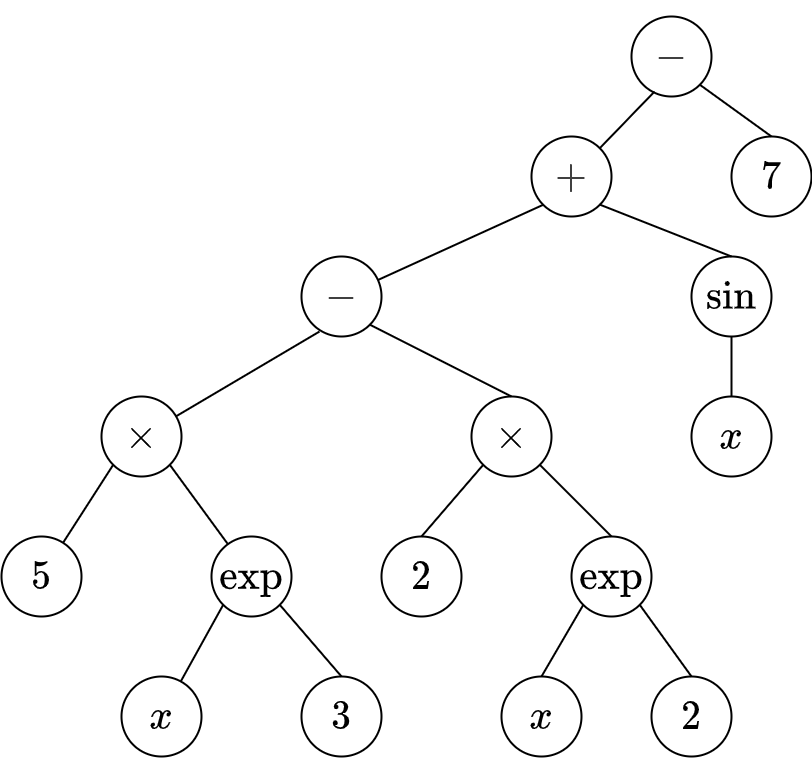
The draw.io diagram img/theoretical_framework/Expected Expression Tree.png in r8vnhill/keen-thesis, before a commit. Source tidied: cells renumbered, new cells last; positions are measured from the earlier drawing's top-left corner, leaving out a move shared by most shapes.
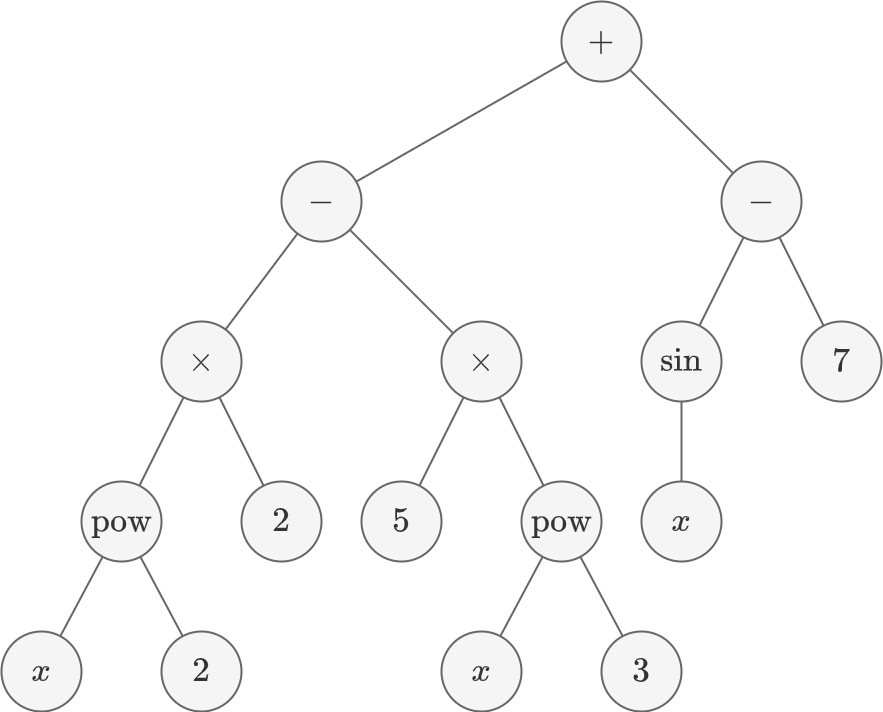
The same file after the commit.

What changed in the source:
```diff
@@ -2,122 +2,98 @@
   <root>
     <mxCell id="0" />
     <mxCell id="1" parent="0" />
-    <mxCell id="2" value="$$-$$" style="ellipse;whiteSpace=wrap;html=1;fontSize=35;strokeWidth=2;" parent="1" vertex="1">
-      <mxGeometry x="630" width="80" height="80" as="geometry" />
-    </mxCell>
-    <mxCell id="3" style="rounded=0;jettySize=auto;html=1;exitX=0;exitY=1;exitDx=0;exitDy=0;endArrow=none;endFill=0;strokeWidth=2;" parent="1" edge="1" source="4" target="6">
-      <mxGeometry relative="1" as="geometry" />
-    </mxCell>
+    <mxCell id="33" style="rounded=0;jettySize=auto;html=1;endArrow=none;endFill=0;strokeWidth=2;fillColor=#f5f5f5;strokeColor=#666666;" parent="1" edge="1" source="4" target="37">
+      <mxGeometry relative="1" as="geometry" />
+    </mxCell>
+    <mxCell id="34" style="rounded=0;jettySize=auto;html=1;endArrow=none;endFill=0;strokeWidth=2;fillColor=#f5f5f5;strokeColor=#666666;" parent="1" edge="1" source="4" target="40">
+      <mxGeometry relative="1" as="geometry" />
+    </mxCell>
-    <mxCell id="4" value="$$+$$" style="ellipse;whiteSpace=wrap;html=1;fontSize=35;strokeWidth=2;" parent="1" vertex="1">
-      <mxGeometry x="530" y="120" width="80" height="80" as="geometry" />
+    <mxCell id="4" value="$$+$$" style="ellipse;whiteSpace=wrap;html=1;fontSize=29;strokeWidth=2;fillColor=#f5f5f5;fontColor=#333333;strokeColor=#666666;" parent="1" vertex="1">
+      <mxGeometry x="610" y="150" width="80" height="80" as="geometry" />
     </mxCell>
+    <mxCell id="35" style="rounded=0;jettySize=auto;html=1;endArrow=none;endFill=0;strokeWidth=2;fillColor=#f5f5f5;strokeColor=#666666;" parent="1" edge="1" source="37" target="43">
+      <mxGeometry relative="1" as="geometry" />
+    </mxCell>
+    <mxCell id="36" style="rounded=0;jettySize=auto;html=1;endArrow=none;endFill=0;strokeWidth=2;fillColor=#f5f5f5;strokeColor=#666666;" parent="1" edge="1" source="37" target="46">
+      <mxGeometry relative="1" as="geometry" />
+    </mxCell>
+    <mxCell id="37" value="$$-$$" style="ellipse;whiteSpace=wrap;html=1;fontSize=29;strokeWidth=2;fillColor=#f5f5f5;fontColor=#333333;strokeColor=#666666;" parent="1" vertex="1">
+      <mxGeometry x="330" y="310" width="80" height="80" as="geometry" />
+    </mxCell>
+    <mxCell id="38" style="rounded=0;jettySize=auto;html=1;endArrow=none;endFill=0;strokeWidth=2;fillColor=#f5f5f5;strokeColor=#666666;" parent="1" edge="1" source="40" target="5">
+      <mxGeometry relative="1" as="geometry" />
+    </mxCell>
+    <mxCell id="39" style="rounded=0;jettySize=auto;html=1;endArrow=none;endFill=0;strokeWidth=2;fillColor=#f5f5f5;strokeColor=#666666;" parent="1" edge="1" source="40" target="21">
+      <mxGeometry relative="1" as="geometry" />
+    </mxCell>
+    <mxCell id="40" value="$$-$$" style="ellipse;whiteSpace=wrap;html=1;fontSize=29;strokeWidth=2;fillColor=#f5f5f5;fontColor=#333333;strokeColor=#666666;" parent="1" vertex="1">
+      <mxGeometry x="770" y="310" width="80" height="80" as="geometry" />
+    </mxCell>
+    <mxCell id="41" style="rounded=0;jettySize=auto;html=1;endArrow=none;endFill=0;strokeWidth=2;fillColor=#f5f5f5;strokeColor=#666666;" parent="1" edge="1" source="43" target="10">
+      <mxGeometry relative="1" as="geometry" />
+    </mxCell>
+    <mxCell id="42" style="rounded=0;jettySize=auto;html=1;endArrow=none;endFill=0;strokeWidth=2;fillColor=#f5f5f5;strokeColor=#666666;" parent="1" edge="1" source="43" target="49">
+      <mxGeometry relative="1" as="geometry" />
+    </mxCell>
+    <mxCell id="43" value="$$\times$$" style="ellipse;whiteSpace=wrap;html=1;fontSize=29;strokeWidth=2;fillColor=#f5f5f5;fontColor=#333333;strokeColor=#666666;" parent="1" vertex="1">
+      <mxGeometry x="490" y="470" width="80" height="80" as="geometry" />
+    </mxCell>
+    <mxCell id="44" style="rounded=0;jettySize=auto;html=1;endArrow=none;endFill=0;strokeWidth=2;fillColor=#f5f5f5;strokeColor=#666666;" parent="1" edge="1" source="46" target="51">
+      <mxGeometry relative="1" as="geometry" />
+    </mxCell>
+    <mxCell id="45" style="rounded=0;jettySize=auto;html=1;endArrow=none;endFill=0;strokeWidth=2;fillColor=#f5f5f5;strokeColor=#666666;" parent="1" edge="1" source="46" target="54">
+      <mxGeometry relative="1" as="geometry" />
+    </mxCell>
+    <mxCell id="46" value="$$\times$$" style="ellipse;whiteSpace=wrap;html=1;fontSize=29;strokeWidth=2;fillColor=#f5f5f5;fontColor=#333333;strokeColor=#666666;" parent="1" vertex="1">
+      <mxGeometry x="210" y="470" width="80" height="80" as="geometry" />
+    </mxCell>
+    <mxCell id="10" value="$$5$$" style="ellipse;whiteSpace=wrap;html=1;fontSize=29;strokeWidth=2;fillColor=#f5f5f5;fontColor=#333333;strokeColor=#666666;" parent="1" vertex="1">
+      <mxGeometry x="410" y="630" width="80" height="80" as="geometry" />
+    </mxCell>
+    <mxCell id="47" style="rounded=0;jettySize=auto;html=1;endArrow=none;endFill=0;strokeWidth=2;fillColor=#f5f5f5;strokeColor=#666666;" parent="1" edge="1" source="49" target="50">
+      <mxGeometry relative="1" as="geometry" />
+    </mxCell>
+    <mxCell id="48" style="rounded=0;jettySize=auto;html=1;endArrow=none;endFill=0;strokeWidth=2;fillColor=#f5f5f5;strokeColor=#666666;" parent="1" edge="1" source="49" target="14">
+      <mxGeometry relative="1" as="geometry" />
+    </mxCell>
+    <mxCell id="49" value="$$\mathrm{pow}$$" style="ellipse;whiteSpace=wrap;html=1;fontSize=29;strokeWidth=2;fillColor=#f5f5f5;fontColor=#333333;strokeColor=#666666;" parent="1" vertex="1">
+      <mxGeometry x="570" y="630" width="80" height="80" as="geometry" />
+    </mxCell>
+    <mxCell id="50" value="$$x$$" style="ellipse;whiteSpace=wrap;html=1;fontSize=29;strokeWidth=2;fillColor=#f5f5f5;fontColor=#333333;strokeColor=#666666;" parent="1" vertex="1">
+      <mxGeometry x="490" y="780" width="80" height="80" as="geometry" />
+    </mxCell>
+    <mxCell id="14" value="$$3$$" style="ellipse;whiteSpace=wrap;html=1;fontSize=29;strokeWidth=2;fillColor=#f5f5f5;fontColor=#333333;strokeColor=#666666;" parent="1" vertex="1">
+      <mxGeometry x="650" y="780" width="80" height="80" as="geometry" />
+    </mxCell>
+    <mxCell id="51" value="$$2$$" style="ellipse;whiteSpace=wrap;html=1;fontSize=29;strokeWidth=2;fillColor=#f5f5f5;fontColor=#333333;strokeColor=#666666;" parent="1" vertex="1">
+      <mxGeometry x="290" y="630" width="80" height="80" as="geometry" />
+    </mxCell>
+    <mxCell id="52" style="rounded=0;jettySize=auto;html=1;endArrow=none;endFill=0;strokeWidth=2;fillColor=#f5f5f5;strokeColor=#666666;" parent="1" edge="1" source="54" target="55">
+      <mxGeometry relative="1" as="geometry" />
+    </mxCell>
+    <mxCell id="53" style="rounded=0;jettySize=auto;html=1;endArrow=none;endFill=0;strokeWidth=2;fillColor=#f5f5f5;strokeColor=#666666;" parent="1" edge="1" source="54" target="56">
+      <mxGeometry relative="1" as="geometry" />
+    </mxCell>
+    <mxCell id="54" value="$$\mathrm{pow}$$" style="ellipse;whiteSpace=wrap;html=1;fontSize=29;strokeWidth=2;fillColor=#f5f5f5;fontColor=#333333;strokeColor=#666666;" parent="1" vertex="1">
+      <mxGeometry x="130" y="630" width="80" height="80" as="geometry" />
+    </mxCell>
+    <mxCell id="55" value="$$x$$" style="ellipse;whiteSpace=wrap;html=1;fontSize=29;strokeWidth=2;fillColor=#f5f5f5;fontColor=#333333;strokeColor=#666666;" parent="1" vertex="1">
+      <mxGeometry x="50" y="780" width="80" height="80" as="geometry" />
+    </mxCell>
+    <mxCell id="56" value="$$2$$" style="ellipse;whiteSpace=wrap;html=1;fontSize=29;strokeWidth=2;fillColor=#f5f5f5;fontColor=#333333;strokeColor=#666666;" parent="1" vertex="1">
+      <mxGeometry x="210" y="780" width="80" height="80" as="geometry" />
+    </mxCell>
-    <mxCell id="5" value="$$7$$" style="ellipse;whiteSpace=wrap;html=1;fontSize=35;strokeWidth=2;" parent="1" vertex="1">
-      <mxGeometry x="730" y="120" width="80" height="80" as="geometry" />
+    <mxCell id="5" value="$$7$$" style="ellipse;whiteSpace=wrap;html=1;fontSize=29;strokeWidth=2;fillColor=#f5f5f5;fontColor=#333333;strokeColor=#666666;" parent="1" vertex="1">
+      <mxGeometry x="850" y="470" width="80" height="80" as="geometry" />
     </mxCell>
-    <mxCell id="6" value="$$-$$" style="ellipse;whiteSpace=wrap;html=1;fontSize=35;strokeWidth=2;" parent="1" vertex="1">
-      <mxGeometry x="300" y="240" width="80" height="80" as="geometry" />
-    </mxCell>
-    <mxCell id="7" style="rounded=0;jettySize=auto;html=1;exitX=0;exitY=1;exitDx=0;exitDy=0;endArrow=none;endFill=0;strokeWidth=2;" parent="1" edge="1" source="9" target="10">
-      <mxGeometry relative="1" as="geometry" />
-    </mxCell>
-    <mxCell id="8" style="rounded=0;jettySize=auto;html=1;exitX=1;exitY=1;exitDx=0;exitDy=0;endArrow=none;endFill=0;strokeWidth=2;" parent="1" edge="1" source="9" target="12">
-      <mxGeometry relative="1" as="geometry" />
-    </mxCell>
-    <mxCell id="9" value="$$\times$$" style="ellipse;whiteSpace=wrap;html=1;fontSize=35;strokeWidth=2;" parent="1" vertex="1">
-      <mxGeometry x="100" y="380" width="80" height="80" as="geometry" />
-    </mxCell>
-    <mxCell id="10" value="$$5$$" style="ellipse;whiteSpace=wrap;html=1;fontSize=35;strokeWidth=2;" parent="1" vertex="1">
-      <mxGeometry y="520" width="80" height="80" as="geometry" />
-    </mxCell>
-    <mxCell id="11" style="rounded=0;jettySize=auto;html=1;exitX=0;exitY=1;exitDx=0;exitDy=0;endArrow=none;endFill=0;strokeWidth=2;" parent="1" edge="1" source="12" target="13">
-      <mxGeometry relative="1" as="geometry" />
-    </mxCell>
-    <mxCell id="12" value="$$\mathrm{exp}$$" style="ellipse;whiteSpace=wrap;html=1;fontSize=35;strokeWidth=2;" parent="1" vertex="1">
-      <mxGeometry x="210" y="520" width="80" height="80" as="geometry" />
-    </mxCell>
-    <mxCell id="13" value="$$x$$" style="ellipse;whiteSpace=wrap;html=1;fontSize=35;strokeWidth=2;" parent="1" vertex="1">
-      <mxGeometry x="120" y="660" width="80" height="80" as="geometry" />
-    </mxCell>
-    <mxCell id="14" value="$$3$$" style="ellipse;whiteSpace=wrap;html=1;fontSize=35;strokeWidth=2;" parent="1" vertex="1">
-      <mxGeometry x="300" y="660" width="80" height="80" as="geometry" />
-    </mxCell>
-    <mxCell id="15" value="$$\times$$" style="ellipse;whiteSpace=wrap;html=1;fontSize=35;strokeWidth=2;" parent="1" vertex="1">
-      <mxGeometry x="470" y="380" width="80" height="80" as="geometry" />
-    </mxCell>
-    <mxCell id="16" value="$$2$$" style="ellipse;whiteSpace=wrap;html=1;fontSize=35;strokeWidth=2;" parent="1" vertex="1">
-      <mxGeometry x="380" y="520" width="80" height="80" as="geometry" />
-    </mxCell>
-    <mxCell id="17" value="$$\mathrm{exp}$$" style="ellipse;whiteSpace=wrap;html=1;fontSize=35;strokeWidth=2;" parent="1" vertex="1">
-      <mxGeometry x="570" y="520" width="80" height="80" as="geometry" />
-    </mxCell>
-    <mxCell id="18" value="$$x$$" style="ellipse;whiteSpace=wrap;html=1;fontSize=35;strokeWidth=2;" parent="1" vertex="1">
-      <mxGeometry x="500" y="660" width="80" height="80" as="geometry" />
-    </mxCell>
-    <mxCell id="19" value="$$2$$" style="ellipse;whiteSpace=wrap;html=1;fontSize=35;strokeWidth=2;" parent="1" vertex="1">
-      <mxGeometry x="650" y="660" width="80" height="80" as="geometry" />
-    </mxCell>
-    <mxCell id="20" style="edgeStyle=orthogonalEdgeStyle;rounded=0;jettySize=auto;html=1;exitX=0.5;exitY=1;exitDx=0;exitDy=0;strokeWidth=2;endArrow=none;endFill=0;" parent="1" edge="1" source="21" target="22">
-      <mxGeometry relative="1" as="geometry" />
-    </mxCell>
+    <mxCell id="57" style="rounded=0;jettySize=auto;html=1;endArrow=none;endFill=0;strokeWidth=2;fillColor=#f5f5f5;strokeColor=#666666;" parent="1" edge="1" source="21" target="58">
+      <mxGeometry relative="1" as="geometry" />
+    </mxCell>
-    <mxCell id="21" value="$$\sin$$" style="ellipse;whiteSpace=wrap;html=1;fontSize=35;strokeWidth=2;" parent="1" vertex="1">
-      <mxGeometry x="690" y="240" width="80" height="80" as="geometry" />
+    <mxCell id="21" value="$$\sin$$" style="ellipse;whiteSpace=wrap;html=1;fontSize=29;strokeWidth=2;fillColor=#f5f5f5;fontColor=#333333;strokeColor=#666666;" parent="1" vertex="1">
+      <mxGeometry x="690" y="470" width="80" height="80" as="geometry" />
     </mxCell>
-    <mxCell id="22" value="$$x$$" style="ellipse;whiteSpace=wrap;html=1;fontSize=35;strokeWidth=2;" parent="1" vertex="1">
-      <mxGeometry x="690" y="380" width="80" height="80" as="geometry" />
-    </mxCell>
-    <mxCell id="23" style="endArrow=none;html=1;rounded=0;exitX=1;exitY=0;exitDx=0;exitDy=0;entryX=0.288;entryY=0.938;entryDx=0;entryDy=0;entryPerimeter=0;strokeWidth=2;" parent="1" edge="1" source="4" target="2">
-      <mxGeometry relative="1" as="geometry" />
-    </mxCell>
-    <mxCell id="24" style="endArrow=none;html=1;rounded=0;entryX=0.225;entryY=0.938;entryDx=0;entryDy=0;entryPerimeter=0;endFill=0;strokeWidth=2;" parent="1" edge="1" source="9" target="6">
-      <mxGeometry relative="1" as="geometry" />
-    </mxCell>
-    <mxCell id="25" style="rounded=0;orthogonalLoop=1;jettySize=auto;html=1;exitX=1;exitY=1;exitDx=0;exitDy=0;endArrow=none;endFill=0;strokeWidth=2;" parent="1" edge="1">
-      <mxGeometry relative="1" as="geometry">
-        <mxPoint x="698" y="68" as="sourcePoint" />
-        <mxPoint x="770" y="120" as="targetPoint" />
-      </mxGeometry>
-    </mxCell>
-    <mxCell id="26" style="rounded=0;orthogonalLoop=1;jettySize=auto;html=1;exitX=1;exitY=1;exitDx=0;exitDy=0;endArrow=none;endFill=0;strokeWidth=2;" parent="1" edge="1">
-      <mxGeometry relative="1" as="geometry">
-        <mxPoint x="598" y="188" as="sourcePoint" />
-        <mxPoint x="730" y="240" as="targetPoint" />
-      </mxGeometry>
-    </mxCell>
-    <mxCell id="27" style="rounded=0;orthogonalLoop=1;jettySize=auto;html=1;exitX=1;exitY=1;exitDx=0;exitDy=0;endArrow=none;endFill=0;strokeWidth=2;" parent="1" edge="1">
-      <mxGeometry relative="1" as="geometry">
-        <mxPoint x="368" y="308" as="sourcePoint" />
-        <mxPoint x="510" y="380" as="targetPoint" />
-      </mxGeometry>
-    </mxCell>
-    <mxCell id="28" style="rounded=0;orthogonalLoop=1;jettySize=auto;html=1;exitX=1;exitY=1;exitDx=0;exitDy=0;endArrow=none;endFill=0;strokeWidth=2;" parent="1" edge="1">
-      <mxGeometry relative="1" as="geometry">
-        <mxPoint x="538" y="448" as="sourcePoint" />
-        <mxPoint x="610" y="520" as="targetPoint" />
-      </mxGeometry>
-    </mxCell>
-    <mxCell id="29" style="rounded=0;orthogonalLoop=1;jettySize=auto;html=1;exitX=0;exitY=1;exitDx=0;exitDy=0;endArrow=none;endFill=0;strokeWidth=2;" parent="1" edge="1">
-      <mxGeometry relative="1" as="geometry">
-        <mxPoint x="582" y="588" as="sourcePoint" />
-        <mxPoint x="540" y="660" as="targetPoint" />
-      </mxGeometry>
-    </mxCell>
-    <mxCell id="30" style="rounded=0;orthogonalLoop=1;jettySize=auto;html=1;exitX=1;exitY=1;exitDx=0;exitDy=0;endArrow=none;endFill=0;strokeWidth=2;" parent="1" edge="1">
-      <mxGeometry relative="1" as="geometry">
-        <mxPoint x="638" y="588" as="sourcePoint" />
-        <mxPoint x="690" y="660" as="targetPoint" />
-      </mxGeometry>
-    </mxCell>
-    <mxCell id="31" style="rounded=0;orthogonalLoop=1;jettySize=auto;html=1;exitX=0;exitY=1;exitDx=0;exitDy=0;endArrow=none;endFill=0;strokeWidth=2;" parent="1" edge="1">
-      <mxGeometry relative="1" as="geometry">
-        <mxPoint x="482" y="448" as="sourcePoint" />
-        <mxPoint x="420" y="520" as="targetPoint" />
-      </mxGeometry>
-    </mxCell>
-    <mxCell id="32" style="rounded=0;orthogonalLoop=1;jettySize=auto;html=1;exitX=1;exitY=1;exitDx=0;exitDy=0;endArrow=none;endFill=0;strokeWidth=2;" parent="1" edge="1">
-      <mxGeometry relative="1" as="geometry">
-        <mxPoint x="278" y="588" as="sourcePoint" />
-        <mxPoint x="340" y="660" as="targetPoint" />
-      </mxGeometry>
-    </mxCell>
+    <mxCell id="58" value="$$x$$" style="ellipse;whiteSpace=wrap;html=1;fontSize=29;strokeWidth=2;fillColor=#f5f5f5;fontColor=#333333;strokeColor=#666666;" parent="1" vertex="1">
+      <mxGeometry x="690" y="630" width="80" height="80" as="geometry" />
+    </mxCell>
   </root>
 </mxGraphModel>
```
